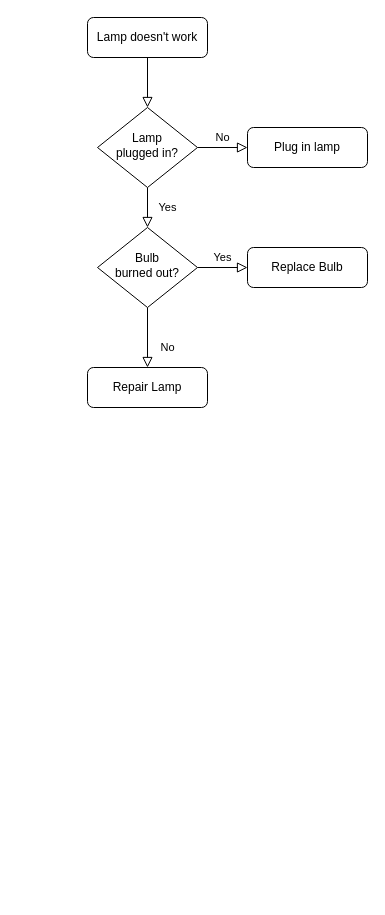
Earlier version of the draw.io diagram 租户管理.drawio (chendong-1/draw). Source tidied: cells renumbered, new cells numbered last; positions are measured from the earlier drawing's top-left corner, leaving out a move shared by most shapes. Both pictures are drawn from the tidied source at 100%, with x=0, y=0 at pixel (87, 17).
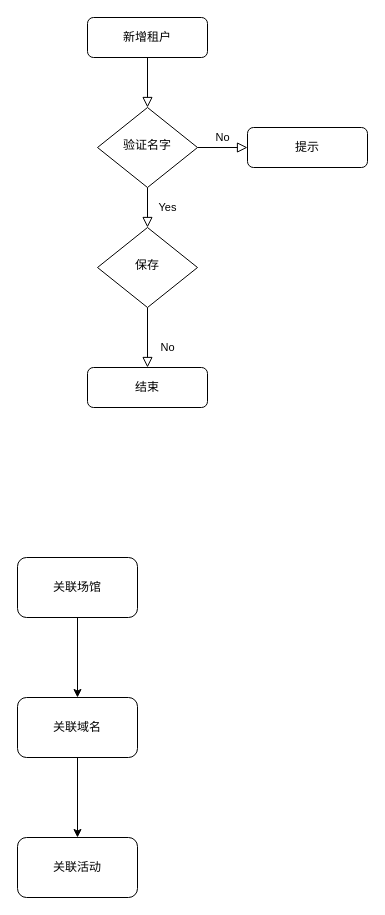
The same page after the edit.

Commit message:
更新租户管理.drawio

The edit, as a diff of the source:
```diff
@@
 <mxGraphModel>
   <root>
     <mxCell id="0" />
     <mxCell id="1" parent="0" />
     <mxCell id="2" style="rounded=0;html=1;jettySize=auto;fontSize=11;endArrow=block;endFill=0;endSize=8;strokeWidth=1;shadow=0;labelBackgroundColor=none;edgeStyle=orthogonalEdgeStyle;" parent="1" edge="1" source="3" target="6">
       <mxGeometry relative="1" as="geometry" />
     </mxCell>
-    <mxCell id="3" value="Lamp doesn't work" style="rounded=1;whiteSpace=wrap;html=1;fontSize=12;glass=0;strokeWidth=1;shadow=0;" parent="1" vertex="1">
+    <mxCell id="3" value="新增租户" style="rounded=1;whiteSpace=wrap;html=1;fontSize=12;glass=0;strokeWidth=1;shadow=0;" parent="1" vertex="1">
       <mxGeometry width="120" height="40" as="geometry" />
     </mxCell>
     <mxCell id="4" value="Yes" style="rounded=0;html=1;jettySize=auto;fontSize=11;endArrow=block;endFill=0;endSize=8;strokeWidth=1;shadow=0;labelBackgroundColor=none;edgeStyle=orthogonalEdgeStyle;" parent="1" edge="1" source="6" target="10">
       <mxGeometry y="20" relative="1" as="geometry" />
     </mxCell>
     <mxCell id="5" value="No" style="edgeStyle=orthogonalEdgeStyle;rounded=0;html=1;jettySize=auto;fontSize=11;endArrow=block;endFill=0;endSize=8;strokeWidth=1;shadow=0;labelBackgroundColor=none;" parent="1" edge="1" source="6" target="7">
       <mxGeometry y="10" relative="1" as="geometry" />
     </mxCell>
-    <mxCell id="6" value="Lamp&lt;br&gt;plugged in?" style="rhombus;whiteSpace=wrap;html=1;shadow=0;fontFamily=Helvetica;fontSize=12;align=center;strokeWidth=1;spacing=6;spacingTop=-4;" parent="1" vertex="1">
+    <mxCell id="6" value="验证名字" style="rhombus;whiteSpace=wrap;html=1;shadow=0;fontFamily=Helvetica;fontSize=12;align=center;strokeWidth=1;spacing=6;spacingTop=-4;" parent="1" vertex="1">
       <mxGeometry x="10" y="90" width="100" height="80" as="geometry" />
     </mxCell>
-    <mxCell id="7" value="Plug in lamp" style="rounded=1;whiteSpace=wrap;html=1;fontSize=12;glass=0;strokeWidth=1;shadow=0;" parent="1" vertex="1">
+    <mxCell id="7" value="提示" style="rounded=1;whiteSpace=wrap;html=1;fontSize=12;glass=0;strokeWidth=1;shadow=0;" parent="1" vertex="1">
       <mxGeometry x="160" y="110" width="120" height="40" as="geometry" />
     </mxCell>
     <mxCell id="8" value="No" style="rounded=0;html=1;jettySize=auto;fontSize=11;endArrow=block;endFill=0;endSize=8;strokeWidth=1;shadow=0;labelBackgroundColor=none;edgeStyle=orthogonalEdgeStyle;" parent="1" edge="1" source="10" target="11">
       <mxGeometry x="0.33" y="20" relative="1" as="geometry" />
     </mxCell>
-    <mxCell id="9" value="Yes" style="edgeStyle=orthogonalEdgeStyle;rounded=0;html=1;jettySize=auto;fontSize=11;endArrow=block;endFill=0;endSize=8;strokeWidth=1;shadow=0;labelBackgroundColor=none;" parent="1" edge="1" source="10" target="12">
-      <mxGeometry y="10" relative="1" as="geometry" />
-    </mxCell>
-    <mxCell id="10" value="Bulb&lt;br&gt;burned out?" style="rhombus;whiteSpace=wrap;html=1;shadow=0;fontFamily=Helvetica;fontSize=12;align=center;strokeWidth=1;spacing=6;spacingTop=-4;" parent="1" vertex="1">
+    <mxCell id="10" value="保存" style="rhombus;whiteSpace=wrap;html=1;shadow=0;fontFamily=Helvetica;fontSize=12;align=center;strokeWidth=1;spacing=6;spacingTop=-4;" parent="1" vertex="1">
       <mxGeometry x="10" y="210" width="100" height="80" as="geometry" />
     </mxCell>
-    <mxCell id="11" value="Repair Lamp" style="rounded=1;whiteSpace=wrap;html=1;fontSize=12;glass=0;strokeWidth=1;shadow=0;" parent="1" vertex="1">
+    <mxCell id="11" value="结束" style="rounded=1;whiteSpace=wrap;html=1;fontSize=12;glass=0;strokeWidth=1;shadow=0;" parent="1" vertex="1">
       <mxGeometry y="350" width="120" height="40" as="geometry" />
     </mxCell>
-    <mxCell id="12" value="Replace Bulb" style="rounded=1;whiteSpace=wrap;html=1;fontSize=12;glass=0;strokeWidth=1;shadow=0;" parent="1" vertex="1">
-      <mxGeometry x="160" y="230" width="120" height="40" as="geometry" />
-    </mxCell>
+    <mxCell id="13" style="edgeStyle=orthogonalEdgeStyle;rounded=0;jettySize=auto;html=1;" parent="1" edge="1" source="14" target="16">
+      <mxGeometry relative="1" as="geometry" />
+    </mxCell>
+    <mxCell id="14" value="关联场馆&lt;br&gt;" style="rounded=1;whiteSpace=wrap;html=1;" parent="1" vertex="1">
+      <mxGeometry x="-70" y="540" width="120" height="60" as="geometry" />
+    </mxCell>
+    <mxCell id="15" style="edgeStyle=orthogonalEdgeStyle;rounded=0;jettySize=auto;html=1;" parent="1" edge="1" source="16" target="17">
+      <mxGeometry relative="1" as="geometry" />
+    </mxCell>
+    <mxCell id="16" value="关联域名" style="rounded=1;whiteSpace=wrap;html=1;" parent="1" vertex="1">
+      <mxGeometry x="-70" y="680" width="120" height="60" as="geometry" />
+    </mxCell>
+    <mxCell id="17" value="关联活动" style="rounded=1;whiteSpace=wrap;html=1;" parent="1" vertex="1">
+      <mxGeometry x="-70" y="820" width="120" height="60" as="geometry" />
+    </mxCell>
   </root>
 </mxGraphModel>
```
